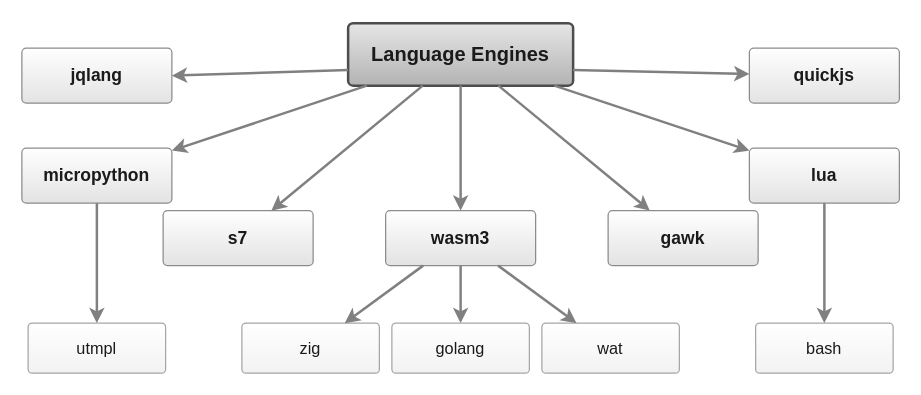
The draw.io diagram docs/img/lang-engines.drawio in Robot-Wranglers/ape-make, before the edit. Source tidied: cells renumbered, new cells numbered last; positions are measured from the earlier drawing's top-left corner, leaving out a move shared by most shapes. Both pictures are drawn from the tidied source at 125%, with x=0, y=0 at pixel (21, 22).
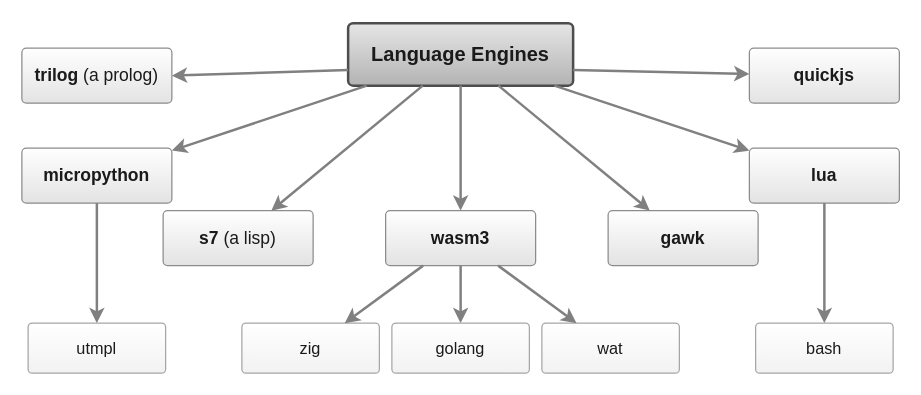
Above is the later version.

Change to the diagram source:
```diff
@@
-    <mxCell id="5" value="&lt;b&gt;s7&lt;/b&gt;" style="rounded=1;arcSize=8;whiteSpace=wrap;html=1;fillColor=#FFFFFF;gradientColor=#E3E3E3;strokeColor=#8C8C8C;fontColor=#1a1a1a;fontSize=14;" parent="1" vertex="1">
+    <mxCell id="5" value="&lt;b&gt;s7&lt;/b&gt; (a lisp)" style="rounded=1;arcSize=8;whiteSpace=wrap;html=1;fillColor=#FFFFFF;gradientColor=#E3E3E3;strokeColor=#8C8C8C;fontColor=#1a1a1a;fontSize=14;" parent="1" vertex="1">
       <mxGeometry x="113" y="150" width="120" height="44" as="geometry" />
     </mxCell>
@@
-    <mxCell id="25" value="&lt;b&gt;jqlang&lt;/b&gt;" style="rounded=1;arcSize=8;whiteSpace=wrap;html=1;fillColor=#FFFFFF;gradientColor=#E3E3E3;strokeColor=#8C8C8C;fontColor=#1a1a1a;fontSize=14;" parent="1" vertex="1">
+    <mxCell id="25" value="&lt;b&gt;trilog&lt;/b&gt; (a prolog)" style="rounded=1;arcSize=8;whiteSpace=wrap;html=1;fillColor=#FFFFFF;gradientColor=#E3E3E3;strokeColor=#8C8C8C;fontColor=#1a1a1a;fontSize=14;" parent="1" vertex="1">
       <mxGeometry y="20" width="120" height="44" as="geometry" />
     </mxCell>
```
